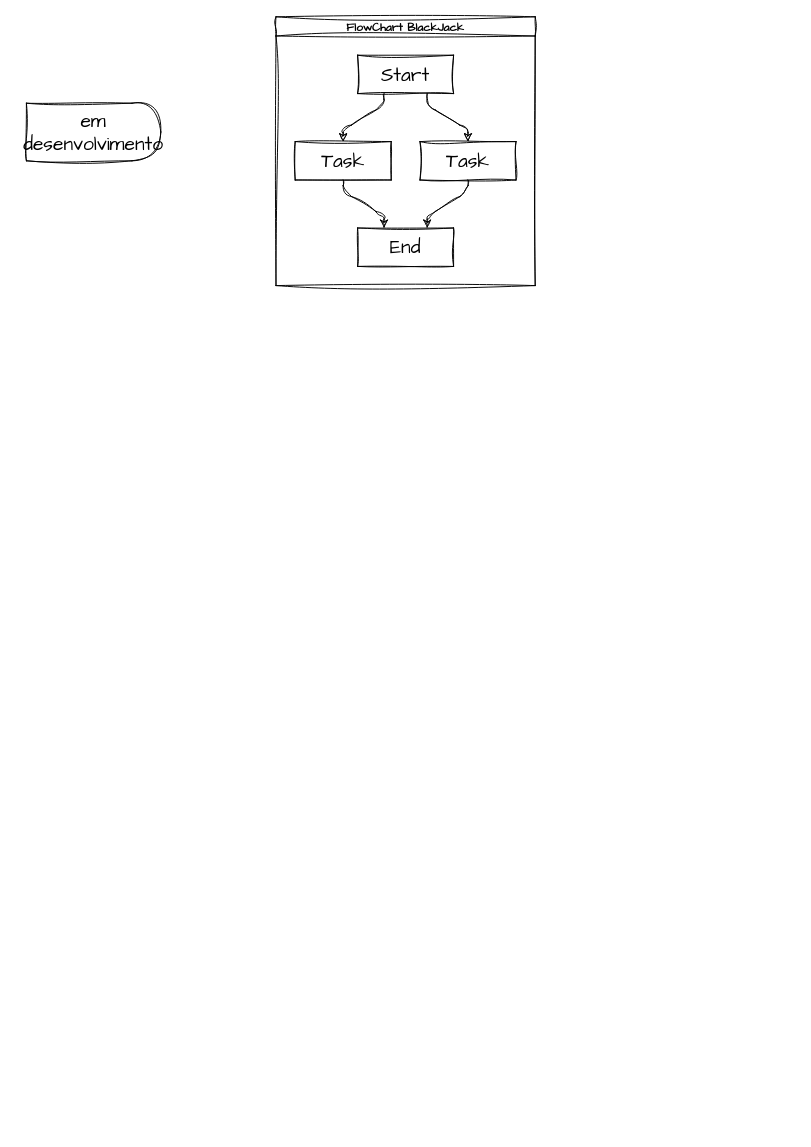
The draw.io diagram fluxo-jogo21.drawio in B10L0G4/BlackJackGame, before the edit. Source tidied: cells renumbered, new cells numbered last; positions are measured from the earlier drawing's top-left corner, leaving out a move shared by most shapes. Both pictures are drawn from the tidied source at 96%, with x=0, y=0 at pixel (26, 16).
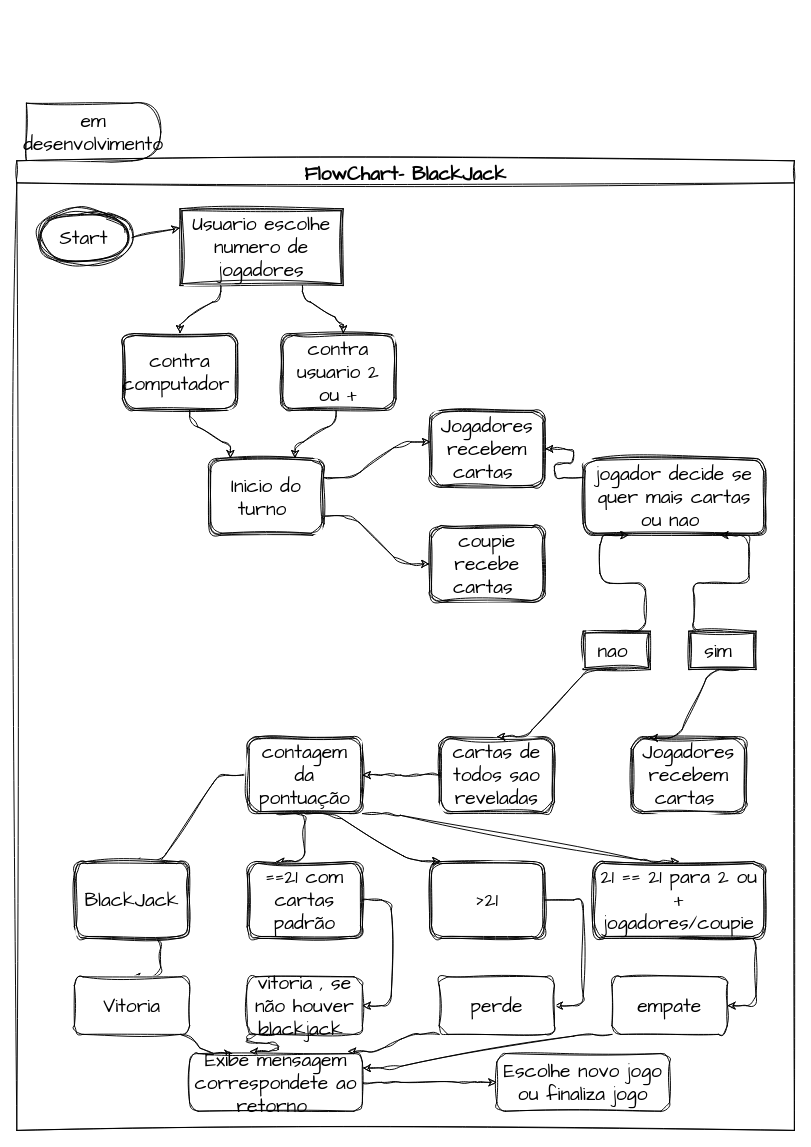
After the change.

Commit message:
fluxograma inicial adicionado

Change to the diagram source:
```diff
@@
-    <mxCell id="2" value="FlowChart BlackJack" style="swimlane;startSize=20;horizontal=1;flowOrientation=north;interRankCellSpacing=50;containerType=tree;fontSize=12;sketch=1;hachureGap=4;jiggle=2;curveFitting=1;fontFamily=Architects Daughter;" parent="1" vertex="1">
-      <mxGeometry x="260" width="270" height="280" as="geometry" />
-    </mxCell>
+    <mxCell id="11" value="em desenvolvimento" style="shape=delay;whiteSpace=wrap;html=1;sketch=1;hachureGap=4;jiggle=2;curveFitting=1;fontFamily=Architects Daughter;fontSize=20;" parent="1" vertex="1">
+      <mxGeometry y="90" width="140" height="60" as="geometry" />
+    </mxCell>
+    <mxCell id="12" value="FlowChart- BlackJack" style="swimlane;sketch=1;hachureGap=4;jiggle=2;curveFitting=1;fontFamily=Architects Daughter;fontSize=20;" parent="1" vertex="1">
+      <mxGeometry x="-10" y="150" width="810" height="1010" as="geometry" />
+    </mxCell>
+    <mxCell id="13" value="Usuario escolhe numero de jogadores" style="shape=ext;double=1;rounded=0;whiteSpace=wrap;html=1;sketch=1;hachureGap=4;jiggle=2;curveFitting=1;fontFamily=Architects Daughter;fontSize=20;" parent="12" vertex="1">
+      <mxGeometry x="170" y="50" width="170" height="80" as="geometry" />
+    </mxCell>
+    <mxCell id="14" style="edgeStyle=none;sketch=1;hachureGap=4;jiggle=2;curveFitting=1;html=1;exitX=1;exitY=0.5;exitDx=0;exitDy=0;entryX=0;entryY=0.25;entryDx=0;entryDy=0;fontFamily=Architects Daughter;fontSize=16;" parent="12" edge="1" source="3" target="13">
+      <mxGeometry relative="1" as="geometry" />
+    </mxCell>
-    <mxCell id="3" value="Start" style="whiteSpace=wrap;html=1;sketch=1;hachureGap=4;jiggle=2;curveFitting=1;fontFamily=Architects Daughter;fontSize=20;" parent="2" vertex="1">
-      <mxGeometry x="85" y="40" width="100" height="40" as="geometry" />
+    <mxCell id="3" value="Start" style="ellipse;shape=doubleEllipse;whiteSpace=wrap;html=1;sketch=1;hachureGap=4;jiggle=2;curveFitting=1;fontFamily=Architects Daughter;fontSize=20;" parent="12" vertex="1">
+      <mxGeometry x="20" y="50" width="100" height="60" as="geometry" />
     </mxCell>
-    <mxCell id="4" value="Task" style="whiteSpace=wrap;html=1;sketch=1;hachureGap=4;jiggle=2;curveFitting=1;fontFamily=Architects Daughter;fontSize=20;" parent="2" vertex="1">
-      <mxGeometry x="20" y="130" width="100" height="40" as="geometry" />
-    </mxCell>
-    <mxCell id="5" style="html=1;rounded=1;curved=0;sourcePerimeterSpacing=0;targetPerimeterSpacing=0;startSize=6;endSize=6;sketch=1;hachureGap=4;jiggle=2;curveFitting=1;fontFamily=Architects Daughter;fontSize=16;noEdgeStyle=1;orthogonal=1;" parent="2" edge="1" source="3" target="4">
-      <mxGeometry relative="1" as="geometry">
-        <Array as="points">
-          <mxPoint x="112.5" y="92" />
-          <mxPoint x="70" y="118" />
-        </Array>
-      </mxGeometry>
-    </mxCell>
-    <mxCell id="6" value="Task" style="whiteSpace=wrap;html=1;sketch=1;hachureGap=4;jiggle=2;curveFitting=1;fontFamily=Architects Daughter;fontSize=20;" parent="2" vertex="1">
-      <mxGeometry x="150" y="130" width="100" height="40" as="geometry" />
-    </mxCell>
-    <mxCell id="7" style="html=1;rounded=1;curved=0;sourcePerimeterSpacing=0;targetPerimeterSpacing=0;startSize=6;endSize=6;sketch=1;hachureGap=4;jiggle=2;curveFitting=1;fontFamily=Architects Daughter;fontSize=16;noEdgeStyle=1;orthogonal=1;" parent="2" edge="1" source="3" target="6">
-      <mxGeometry relative="1" as="geometry">
-        <Array as="points">
-          <mxPoint x="157.5" y="92" />
-          <mxPoint x="200" y="118" />
-        </Array>
-      </mxGeometry>
-    </mxCell>
-    <mxCell id="8" value="End" style="whiteSpace=wrap;html=1;sketch=1;hachureGap=4;jiggle=2;curveFitting=1;fontFamily=Architects Daughter;fontSize=20;" parent="2" vertex="1">
-      <mxGeometry x="85" y="220" width="100" height="40" as="geometry" />
-    </mxCell>
-    <mxCell id="9" style="html=1;rounded=1;curved=0;sourcePerimeterSpacing=0;targetPerimeterSpacing=0;startSize=6;endSize=6;sketch=1;hachureGap=4;jiggle=2;curveFitting=1;fontFamily=Architects Daughter;fontSize=16;noEdgeStyle=1;orthogonal=1;" parent="2" edge="1" source="4" target="8">
-      <mxGeometry relative="1" as="geometry">
-        <Array as="points">
-          <mxPoint x="70" y="182" />
-          <mxPoint x="112.5" y="208" />
-        </Array>
-      </mxGeometry>
-    </mxCell>
-    <mxCell id="10" style="html=1;rounded=1;curved=0;sourcePerimeterSpacing=0;targetPerimeterSpacing=0;startSize=6;endSize=6;sketch=1;hachureGap=4;jiggle=2;curveFitting=1;fontFamily=Architects Daughter;fontSize=16;noEdgeStyle=1;orthogonal=1;" parent="2" edge="1" source="6" target="8">
-      <mxGeometry relative="1" as="geometry">
-        <Array as="points">
-          <mxPoint x="200" y="182" />
-          <mxPoint x="157.5" y="208" />
-        </Array>
-      </mxGeometry>
-    </mxCell>
-    <mxCell id="11" value="em desenvolvimento" style="shape=delay;whiteSpace=wrap;html=1;sketch=1;hachureGap=4;jiggle=2;curveFitting=1;fontFamily=Architects Daughter;fontSize=20;" parent="1" vertex="1">
-      <mxGeometry y="90" width="140" height="60" as="geometry" />
-    </mxCell>
+    <mxCell id="15" value="contra usuario 2 ou +" style="shape=ext;double=1;rounded=1;whiteSpace=wrap;html=1;sketch=1;hachureGap=4;jiggle=2;curveFitting=1;fontFamily=Architects Daughter;fontSize=20;" parent="12" vertex="1">
+      <mxGeometry x="275" y="180" width="120" height="80" as="geometry" />
+    </mxCell>
+    <mxCell id="16" value="contra computador&amp;nbsp;" style="shape=ext;double=1;rounded=1;whiteSpace=wrap;html=1;sketch=1;hachureGap=4;jiggle=2;curveFitting=1;fontFamily=Architects Daughter;fontSize=20;" parent="12" vertex="1">
+      <mxGeometry x="110" y="180" width="120" height="80" as="geometry" />
+    </mxCell>
+    <mxCell id="17" style="edgeStyle=entityRelationEdgeStyle;sketch=1;hachureGap=4;jiggle=2;curveFitting=1;html=1;exitX=0;exitY=0.25;exitDx=0;exitDy=0;entryX=1;entryY=0.5;entryDx=0;entryDy=0;fontFamily=Architects Daughter;fontSize=16;" parent="12" edge="1" source="18" target="20">
+      <mxGeometry relative="1" as="geometry" />
+    </mxCell>
+    <mxCell id="18" value="jogador decide se quer mais cartas ou nao&amp;nbsp;" style="shape=ext;double=1;rounded=1;whiteSpace=wrap;html=1;sketch=1;hachureGap=4;jiggle=2;curveFitting=1;fontFamily=Architects Daughter;fontSize=20;" parent="12" vertex="1">
+      <mxGeometry x="590" y="310" width="190" height="80" as="geometry" />
+    </mxCell>
+    <mxCell id="19" value="coupie recebe cartas&amp;nbsp;" style="shape=ext;double=1;rounded=1;whiteSpace=wrap;html=1;sketch=1;hachureGap=4;jiggle=2;curveFitting=1;fontFamily=Architects Daughter;fontSize=20;" parent="12" vertex="1">
+      <mxGeometry x="430" y="380" width="120" height="80" as="geometry" />
+    </mxCell>
+    <mxCell id="20" value="Jogadores recebem cartas&amp;nbsp;" style="shape=ext;double=1;rounded=1;whiteSpace=wrap;html=1;sketch=1;hachureGap=4;jiggle=2;curveFitting=1;fontFamily=Architects Daughter;fontSize=20;" parent="12" vertex="1">
+      <mxGeometry x="430" y="260" width="120" height="80" as="geometry" />
+    </mxCell>
+    <mxCell id="21" style="edgeStyle=entityRelationEdgeStyle;sketch=1;hachureGap=4;jiggle=2;curveFitting=1;html=1;exitX=1;exitY=0.25;exitDx=0;exitDy=0;entryX=0.006;entryY=0.411;entryDx=0;entryDy=0;entryPerimeter=0;fontFamily=Architects Daughter;fontSize=16;" parent="12" edge="1" source="23" target="20">
+      <mxGeometry relative="1" as="geometry" />
+    </mxCell>
+    <mxCell id="22" style="edgeStyle=entityRelationEdgeStyle;sketch=1;hachureGap=4;jiggle=2;curveFitting=1;html=1;exitX=1;exitY=0.75;exitDx=0;exitDy=0;entryX=0;entryY=0.5;entryDx=0;entryDy=0;fontFamily=Architects Daughter;fontSize=16;" parent="12" edge="1" source="23" target="19">
+      <mxGeometry relative="1" as="geometry" />
+    </mxCell>
+    <mxCell id="23" value="Inicio do turno&amp;nbsp;" style="shape=ext;double=1;rounded=1;whiteSpace=wrap;html=1;sketch=1;hachureGap=4;jiggle=2;curveFitting=1;fontFamily=Architects Daughter;fontSize=20;" parent="12" vertex="1">
+      <mxGeometry x="200" y="310" width="120" height="80" as="geometry" />
+    </mxCell>
+    <mxCell id="24" style="edgeStyle=entityRelationEdgeStyle;sketch=1;hachureGap=4;jiggle=2;curveFitting=1;html=1;exitX=0;exitY=0.5;exitDx=0;exitDy=0;entryX=0.5;entryY=0;entryDx=0;entryDy=0;fontFamily=Architects Daughter;fontSize=16;" parent="12" edge="1" source="28" target="43">
+      <mxGeometry relative="1" as="geometry" />
+    </mxCell>
+    <mxCell id="25" style="edgeStyle=entityRelationEdgeStyle;sketch=1;hachureGap=4;jiggle=2;curveFitting=1;html=1;exitX=0.25;exitY=1;exitDx=0;exitDy=0;entryX=0.25;entryY=0;entryDx=0;entryDy=0;fontFamily=Architects Daughter;fontSize=16;" parent="12" edge="1" source="28" target="45">
+      <mxGeometry relative="1" as="geometry" />
+    </mxCell>
+    <mxCell id="26" style="edgeStyle=entityRelationEdgeStyle;sketch=1;hachureGap=4;jiggle=2;curveFitting=1;html=1;exitX=0.5;exitY=1;exitDx=0;exitDy=0;entryX=0.096;entryY=-0.006;entryDx=0;entryDy=0;entryPerimeter=0;fontFamily=Architects Daughter;fontSize=16;" parent="12" edge="1" source="28" target="47">
+      <mxGeometry relative="1" as="geometry" />
+    </mxCell>
+    <mxCell id="27" style="edgeStyle=entityRelationEdgeStyle;sketch=1;hachureGap=4;jiggle=2;curveFitting=1;html=1;exitX=1;exitY=1;exitDx=0;exitDy=0;entryX=0.5;entryY=0;entryDx=0;entryDy=0;fontFamily=Architects Daughter;fontSize=16;" parent="12" edge="1" source="28" target="49">
+      <mxGeometry relative="1" as="geometry" />
+    </mxCell>
+    <mxCell id="28" value="contagem da pontuação" style="shape=ext;double=1;rounded=1;whiteSpace=wrap;html=1;sketch=1;hachureGap=4;jiggle=2;curveFitting=1;fontFamily=Architects Daughter;fontSize=20;" parent="12" vertex="1">
+      <mxGeometry x="240" y="600" width="120" height="80" as="geometry" />
+    </mxCell>
+    <mxCell id="29" value="Jogadores recebem cartas&amp;nbsp;" style="shape=ext;double=1;rounded=1;whiteSpace=wrap;html=1;sketch=1;hachureGap=4;jiggle=2;curveFitting=1;fontFamily=Architects Daughter;fontSize=20;" parent="12" vertex="1">
+      <mxGeometry x="640" y="600" width="120" height="80" as="geometry" />
+    </mxCell>
+    <mxCell id="30" style="edgeStyle=entityRelationEdgeStyle;sketch=1;hachureGap=4;jiggle=2;curveFitting=1;html=1;exitX=0;exitY=0.5;exitDx=0;exitDy=0;entryX=1;entryY=0.5;entryDx=0;entryDy=0;fontFamily=Architects Daughter;fontSize=16;" parent="12" edge="1" source="31" target="28">
+      <mxGeometry relative="1" as="geometry" />
+    </mxCell>
+    <mxCell id="31" value="cartas de todos sao reveladas" style="shape=ext;double=1;rounded=1;whiteSpace=wrap;html=1;sketch=1;hachureGap=4;jiggle=2;curveFitting=1;fontFamily=Architects Daughter;fontSize=20;" parent="12" vertex="1">
+      <mxGeometry x="440" y="600" width="120" height="80" as="geometry" />
+    </mxCell>
+    <mxCell id="32" style="edgeStyle=entityRelationEdgeStyle;sketch=1;hachureGap=4;jiggle=2;curveFitting=1;html=1;exitX=0.75;exitY=1;exitDx=0;exitDy=0;entryX=0.158;entryY=0.015;entryDx=0;entryDy=0;entryPerimeter=0;fontFamily=Architects Daughter;fontSize=16;" parent="12" edge="1" source="34" target="29">
+      <mxGeometry relative="1" as="geometry" />
+    </mxCell>
+    <mxCell id="33" style="edgeStyle=entityRelationEdgeStyle;sketch=1;hachureGap=4;jiggle=2;curveFitting=1;html=1;exitX=0.5;exitY=0;exitDx=0;exitDy=0;entryX=0.75;entryY=1;entryDx=0;entryDy=0;fontFamily=Architects Daughter;fontSize=16;" parent="12" edge="1" source="34" target="18">
+      <mxGeometry relative="1" as="geometry" />
+    </mxCell>
+    <mxCell id="34" value="sim&amp;nbsp;" style="shape=ext;double=1;rounded=0;whiteSpace=wrap;html=1;sketch=1;hachureGap=4;jiggle=2;curveFitting=1;fontFamily=Architects Daughter;fontSize=20;" parent="12" vertex="1">
+      <mxGeometry x="700" y="490" width="70" height="40" as="geometry" />
+    </mxCell>
+    <mxCell id="35" style="edgeStyle=entityRelationEdgeStyle;sketch=1;hachureGap=4;jiggle=2;curveFitting=1;html=1;exitX=0.5;exitY=1;exitDx=0;exitDy=0;entryX=0.5;entryY=0;entryDx=0;entryDy=0;fontFamily=Architects Daughter;fontSize=16;" parent="12" edge="1" source="37" target="31">
+      <mxGeometry relative="1" as="geometry" />
+    </mxCell>
+    <mxCell id="36" style="edgeStyle=entityRelationEdgeStyle;sketch=1;hachureGap=4;jiggle=2;curveFitting=1;html=1;exitX=0.5;exitY=0;exitDx=0;exitDy=0;entryX=0.25;entryY=1;entryDx=0;entryDy=0;fontFamily=Architects Daughter;fontSize=16;" parent="12" edge="1" source="37" target="18">
+      <mxGeometry relative="1" as="geometry" />
+    </mxCell>
+    <mxCell id="37" value="nao&amp;nbsp;" style="shape=ext;double=1;rounded=0;whiteSpace=wrap;html=1;sketch=1;hachureGap=4;jiggle=2;curveFitting=1;fontFamily=Architects Daughter;fontSize=20;" parent="12" vertex="1">
+      <mxGeometry x="590" y="490" width="70" height="40" as="geometry" />
+    </mxCell>
+    <mxCell id="38" style="html=1;rounded=1;curved=0;sourcePerimeterSpacing=0;targetPerimeterSpacing=0;startSize=6;endSize=6;sketch=1;hachureGap=4;jiggle=2;curveFitting=1;fontFamily=Architects Daughter;fontSize=16;noEdgeStyle=1;orthogonal=1;" parent="12" edge="1">
+      <mxGeometry relative="1" as="geometry">
+        <mxPoint x="212.5" y="130" as="sourcePoint" />
+        <mxPoint x="170" y="180" as="targetPoint" />
+        <Array as="points">
+          <mxPoint x="212.5" y="142" />
+          <mxPoint x="170" y="168" />
+        </Array>
+      </mxGeometry>
+    </mxCell>
+    <mxCell id="39" style="html=1;rounded=1;curved=0;sourcePerimeterSpacing=0;targetPerimeterSpacing=0;startSize=6;endSize=6;sketch=1;hachureGap=4;jiggle=2;curveFitting=1;fontFamily=Architects Daughter;fontSize=16;noEdgeStyle=1;orthogonal=1;" parent="12" edge="1">
+      <mxGeometry relative="1" as="geometry">
+        <mxPoint x="297.5" y="130" as="sourcePoint" />
+        <mxPoint x="340" y="180" as="targetPoint" />
+        <Array as="points">
+          <mxPoint x="297.5" y="142" />
+          <mxPoint x="340" y="168" />
+        </Array>
+      </mxGeometry>
+    </mxCell>
+    <mxCell id="40" style="html=1;rounded=1;curved=0;sourcePerimeterSpacing=0;targetPerimeterSpacing=0;startSize=6;endSize=6;sketch=1;hachureGap=4;jiggle=2;curveFitting=1;fontFamily=Architects Daughter;fontSize=16;noEdgeStyle=1;orthogonal=1;" parent="12" edge="1">
+      <mxGeometry relative="1" as="geometry">
+        <mxPoint x="180" y="260" as="sourcePoint" />
+        <mxPoint x="222.5" y="310" as="targetPoint" />
+        <Array as="points">
+          <mxPoint x="180" y="272" />
+          <mxPoint x="222.5" y="298" />
+        </Array>
+      </mxGeometry>
+    </mxCell>
+    <mxCell id="41" style="html=1;rounded=1;curved=0;sourcePerimeterSpacing=0;targetPerimeterSpacing=0;startSize=6;endSize=6;sketch=1;hachureGap=4;jiggle=2;curveFitting=1;fontFamily=Architects Daughter;fontSize=16;noEdgeStyle=1;orthogonal=1;" parent="12" edge="1">
+      <mxGeometry relative="1" as="geometry">
+        <mxPoint x="332.5" y="260" as="sourcePoint" />
+        <mxPoint x="290" y="310" as="targetPoint" />
+        <Array as="points">
+          <mxPoint x="332.5" y="272" />
+          <mxPoint x="290" y="298" />
+        </Array>
+      </mxGeometry>
+    </mxCell>
+    <mxCell id="42" style="edgeStyle=entityRelationEdgeStyle;sketch=1;hachureGap=4;jiggle=2;curveFitting=1;html=1;exitX=0.5;exitY=1;exitDx=0;exitDy=0;entryX=0.5;entryY=0;entryDx=0;entryDy=0;fontFamily=Architects Daughter;fontSize=16;" parent="12" edge="1" source="43" target="51">
+      <mxGeometry relative="1" as="geometry" />
+    </mxCell>
+    <mxCell id="43" value="BlackJack" style="shape=ext;double=1;rounded=1;whiteSpace=wrap;html=1;sketch=1;hachureGap=4;jiggle=2;curveFitting=1;fontFamily=Architects Daughter;fontSize=20;" parent="12" vertex="1">
+      <mxGeometry x="60" y="730" width="120" height="80" as="geometry" />
+    </mxCell>
+    <mxCell id="44" style="edgeStyle=entityRelationEdgeStyle;sketch=1;hachureGap=4;jiggle=2;curveFitting=1;html=1;fontFamily=Architects Daughter;fontSize=16;" parent="12" edge="1" source="45" target="53">
+      <mxGeometry relative="1" as="geometry" />
+    </mxCell>
+    <mxCell id="45" value="==21 com cartas padrão" style="shape=ext;double=1;rounded=1;whiteSpace=wrap;html=1;sketch=1;hachureGap=4;jiggle=2;curveFitting=1;fontFamily=Architects Daughter;fontSize=20;" parent="12" vertex="1">
+      <mxGeometry x="240" y="730" width="120" height="80" as="geometry" />
+    </mxCell>
+    <mxCell id="46" style="edgeStyle=entityRelationEdgeStyle;sketch=1;hachureGap=4;jiggle=2;curveFitting=1;html=1;fontFamily=Architects Daughter;fontSize=16;" parent="12" edge="1" source="47" target="55">
+      <mxGeometry relative="1" as="geometry" />
+    </mxCell>
+    <mxCell id="47" value="&amp;gt;21" style="shape=ext;double=1;rounded=1;whiteSpace=wrap;html=1;sketch=1;hachureGap=4;jiggle=2;curveFitting=1;fontFamily=Architects Daughter;fontSize=20;" parent="12" vertex="1">
+      <mxGeometry x="430" y="730" width="120" height="80" as="geometry" />
+    </mxCell>
+    <mxCell id="48" style="edgeStyle=entityRelationEdgeStyle;sketch=1;hachureGap=4;jiggle=2;curveFitting=1;html=1;exitX=0.5;exitY=1;exitDx=0;exitDy=0;fontFamily=Architects Daughter;fontSize=16;" parent="12" edge="1" source="49" target="57">
+      <mxGeometry relative="1" as="geometry" />
+    </mxCell>
+    <mxCell id="49" value="21 == 21 para 2 ou + jogadores/coupie" style="shape=ext;double=1;rounded=1;whiteSpace=wrap;html=1;sketch=1;hachureGap=4;jiggle=2;curveFitting=1;fontFamily=Architects Daughter;fontSize=20;" parent="12" vertex="1">
+      <mxGeometry x="600" y="730" width="180" height="80" as="geometry" />
+    </mxCell>
+    <mxCell id="50" style="edgeStyle=entityRelationEdgeStyle;sketch=1;hachureGap=4;jiggle=2;curveFitting=1;html=1;exitX=0.75;exitY=1;exitDx=0;exitDy=0;entryX=0.25;entryY=0;entryDx=0;entryDy=0;fontFamily=Architects Daughter;fontSize=16;" parent="12" edge="1" source="51" target="59">
+      <mxGeometry relative="1" as="geometry" />
+    </mxCell>
+    <mxCell id="51" value="Vitoria" style="whiteSpace=wrap;html=1;fontSize=20;fontFamily=Architects Daughter;rounded=1;sketch=1;hachureGap=4;jiggle=2;curveFitting=1;" parent="12" vertex="1">
+      <mxGeometry x="60" y="850" width="120" height="60" as="geometry" />
+    </mxCell>
+    <mxCell id="52" style="edgeStyle=entityRelationEdgeStyle;sketch=1;hachureGap=4;jiggle=2;curveFitting=1;html=1;exitX=0.25;exitY=1;exitDx=0;exitDy=0;entryX=0.346;entryY=-0.036;entryDx=0;entryDy=0;entryPerimeter=0;fontFamily=Architects Daughter;fontSize=16;" parent="12" edge="1" source="53" target="59">
+      <mxGeometry relative="1" as="geometry" />
+    </mxCell>
+    <mxCell id="53" value="vitoria , se não houver blackjack&amp;nbsp;" style="whiteSpace=wrap;html=1;fontSize=20;fontFamily=Architects Daughter;rounded=1;sketch=1;hachureGap=4;jiggle=2;curveFitting=1;" parent="12" vertex="1">
+      <mxGeometry x="240" y="850" width="120" height="60" as="geometry" />
+    </mxCell>
+    <mxCell id="54" style="edgeStyle=entityRelationEdgeStyle;sketch=1;hachureGap=4;jiggle=2;curveFitting=1;html=1;exitX=0;exitY=1;exitDx=0;exitDy=0;entryX=0.916;entryY=-0.036;entryDx=0;entryDy=0;entryPerimeter=0;fontFamily=Architects Daughter;fontSize=16;" parent="12" edge="1" source="55" target="59">
+      <mxGeometry relative="1" as="geometry" />
+    </mxCell>
+    <mxCell id="55" value="perde" style="whiteSpace=wrap;html=1;fontSize=20;fontFamily=Architects Daughter;rounded=1;sketch=1;hachureGap=4;jiggle=2;curveFitting=1;" parent="12" vertex="1">
+      <mxGeometry x="440" y="850" width="120" height="60" as="geometry" />
+    </mxCell>
+    <mxCell id="56" style="edgeStyle=entityRelationEdgeStyle;sketch=1;hachureGap=4;jiggle=2;curveFitting=1;html=1;exitX=0;exitY=1;exitDx=0;exitDy=0;entryX=1;entryY=0.25;entryDx=0;entryDy=0;fontFamily=Architects Daughter;fontSize=16;" parent="12" edge="1" source="57" target="59">
+      <mxGeometry relative="1" as="geometry" />
+    </mxCell>
+    <mxCell id="57" value="empate" style="whiteSpace=wrap;html=1;fontSize=20;fontFamily=Architects Daughter;rounded=1;sketch=1;hachureGap=4;jiggle=2;curveFitting=1;" parent="12" vertex="1">
+      <mxGeometry x="620" y="850" width="120" height="60" as="geometry" />
+    </mxCell>
+    <mxCell id="58" style="edgeStyle=entityRelationEdgeStyle;sketch=1;hachureGap=4;jiggle=2;curveFitting=1;html=1;exitX=1;exitY=0.5;exitDx=0;exitDy=0;entryX=0;entryY=0.5;entryDx=0;entryDy=0;fontFamily=Architects Daughter;fontSize=16;" parent="12" edge="1" source="59" target="60">
+      <mxGeometry relative="1" as="geometry" />
+    </mxCell>
+    <mxCell id="59" value="Exibe mensagem correspondete ao retorno&amp;nbsp;" style="whiteSpace=wrap;html=1;fontSize=20;fontFamily=Architects Daughter;rounded=1;sketch=1;hachureGap=4;jiggle=2;curveFitting=1;" parent="12" vertex="1">
+      <mxGeometry x="180" y="930" width="180" height="60" as="geometry" />
+    </mxCell>
+    <mxCell id="60" value="Escolhe novo jogo ou finaliza jogo" style="whiteSpace=wrap;html=1;fontSize=20;fontFamily=Architects Daughter;rounded=1;sketch=1;hachureGap=4;jiggle=2;curveFitting=1;" parent="12" vertex="1">
+      <mxGeometry x="500" y="930" width="180" height="60" as="geometry" />
+    </mxCell>
```
